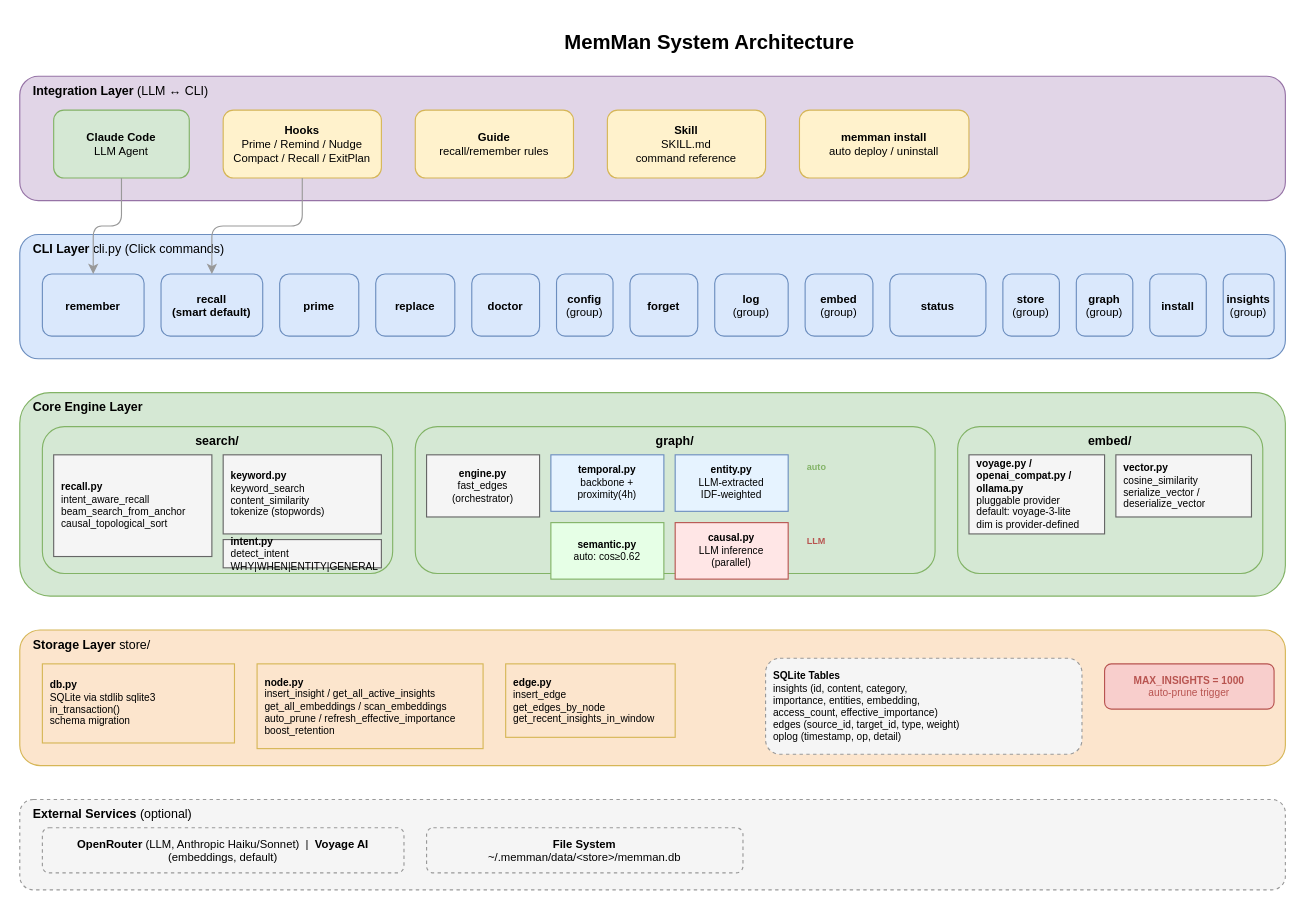
Above: docs/diagrams/01-system-architecture.drawio in bissli/memman (draw.io), before the change. Source tidied: cells renumbered, new cells numbered last; positions are measured from the earlier drawing's top-left corner, leaving out a move shared by most shapes. Both pictures are drawn from the tidied source at 113%, with x=0, y=0 at pixel (19, 19).
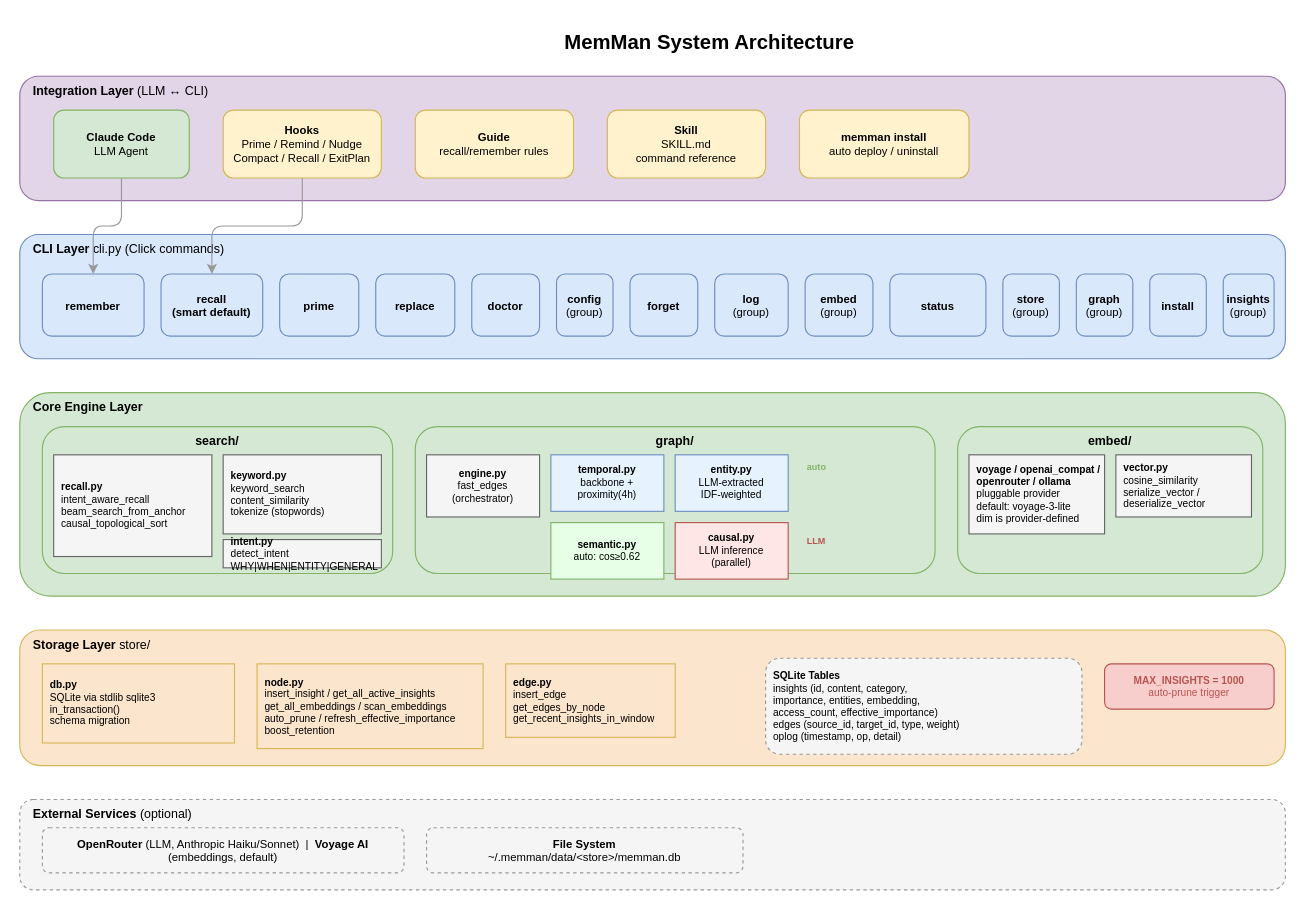
Above is the later version.

The edit, as a diff of the source:
```diff
@@
-    <mxCell id="38" value="&lt;b&gt;voyage.py / openai_compat.py / ollama.py&lt;/b&gt;&lt;br&gt;pluggable provider&lt;br&gt;default: voyage-3-lite&lt;br&gt;dim is provider-defined" style="rounded=0;whiteSpace=wrap;html=1;fontSize=9;fillColor=#f5f5f5;strokeColor=#666666;align=left;spacingLeft=5;" parent="1" vertex="1">
+    <mxCell id="38" value="&lt;b&gt;voyage / openai_compat / openrouter / ollama&lt;/b&gt;&lt;br&gt;pluggable provider&lt;br&gt;default: voyage-3-lite&lt;br&gt;dim is provider-defined" style="rounded=0;whiteSpace=wrap;html=1;fontSize=9;fillColor=#f5f5f5;strokeColor=#666666;align=left;spacingLeft=5;" parent="1" vertex="1">
       <mxGeometry x="840" y="385" width="120" height="70" as="geometry" />
     </mxCell>
```
